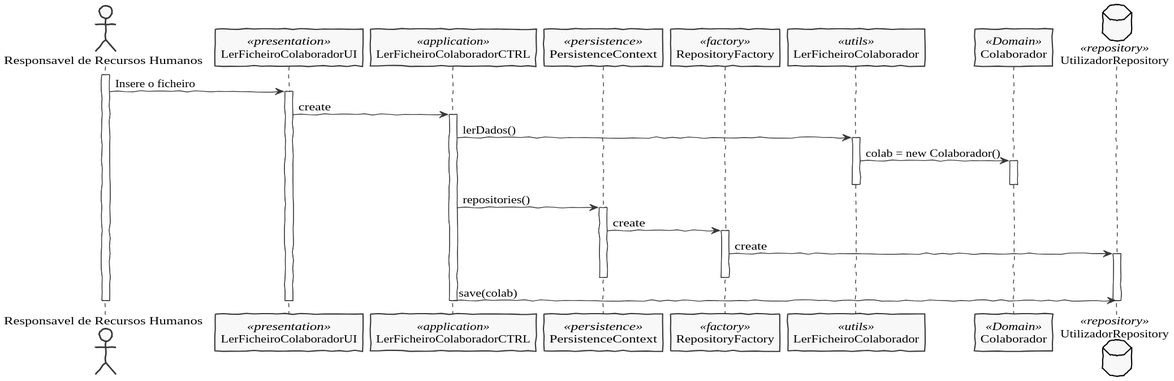
The PlantUML diagram docs/US2051/SD_Ficheiro.svg in pedrolemos4/LAPR4, before a commit.
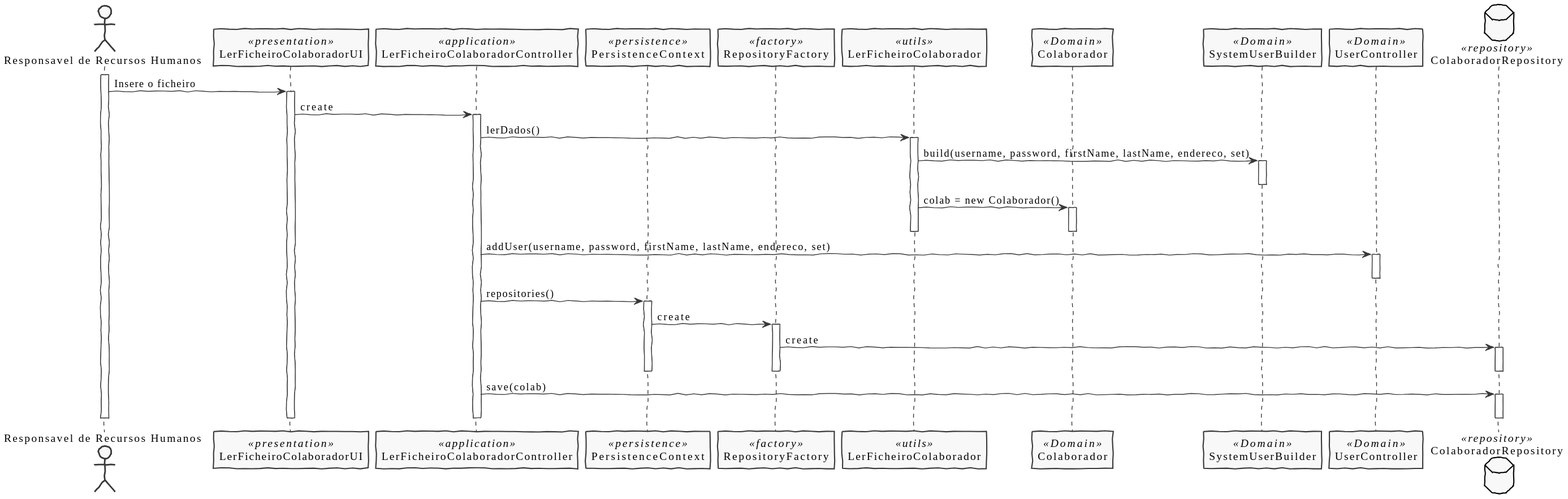
After the change.

The edit, as a diff of the source:
```diff
@@ -7,12 +7,14 @@
 
 Actor "Responsavel de Recursos Humanos" as Actor
 participant LerFicheiroColaboradorUI as UI <<presentation>>
-participant LerFicheiroColaboradorCTRL as Controller <<application>>
+participant LerFicheiroColaboradorController as Controller <<application>>
 participant PersistenceContext as Persistence <<persistence>>
 participant RepositoryFactory as Factory <<factory>>
 participant LerFicheiroColaborador as LerFicheiroColaborador <<utils>>
 participant Colaborador as Colaborador <<Domain>>
-database UtilizadorRepository as CRepository <<repository>>
+participant SystemUserBuilder as SystemUserBuilder <<Domain>>
+participant UserController as UserController <<Domain>>
+database ColaboradorRepository as CRepository <<repository>>
 
 
 activate Actor
@@ -22,19 +24,27 @@
     activate Controller
       Controller -> LerFicheiroColaborador: lerDados()
     activate LerFicheiroColaborador
+      LerFicheiroColaborador -> SystemUserBuilder: build(username, password, firstName, lastName, endereco, set)
+    activate SystemUserBuilder
+    deactivate SystemUserBuilder
       LerFicheiroColaborador -> Colaborador: colab = new Colaborador()
     activate Colaborador
     deactivate Colaborador
     deactivate LerFicheiroColaborador
+      Controller -> UserController: addUser(username, password, firstName, lastName, endereco, set)
+    activate UserController
+    deactivate UserController
     Controller -> Persistence: repositories()
     activate Persistence
       Persistence -> Factory: create
     activate Factory
       Factory -> CRepository: create
     activate CRepository
+    deactivate CRepository
     deactivate Factory
     deactivate Persistence
       Controller -> CRepository: save(colab)
+    activate CRepository
     deactivate CRepository
     deactivate Controller
     deactivate UI
```
